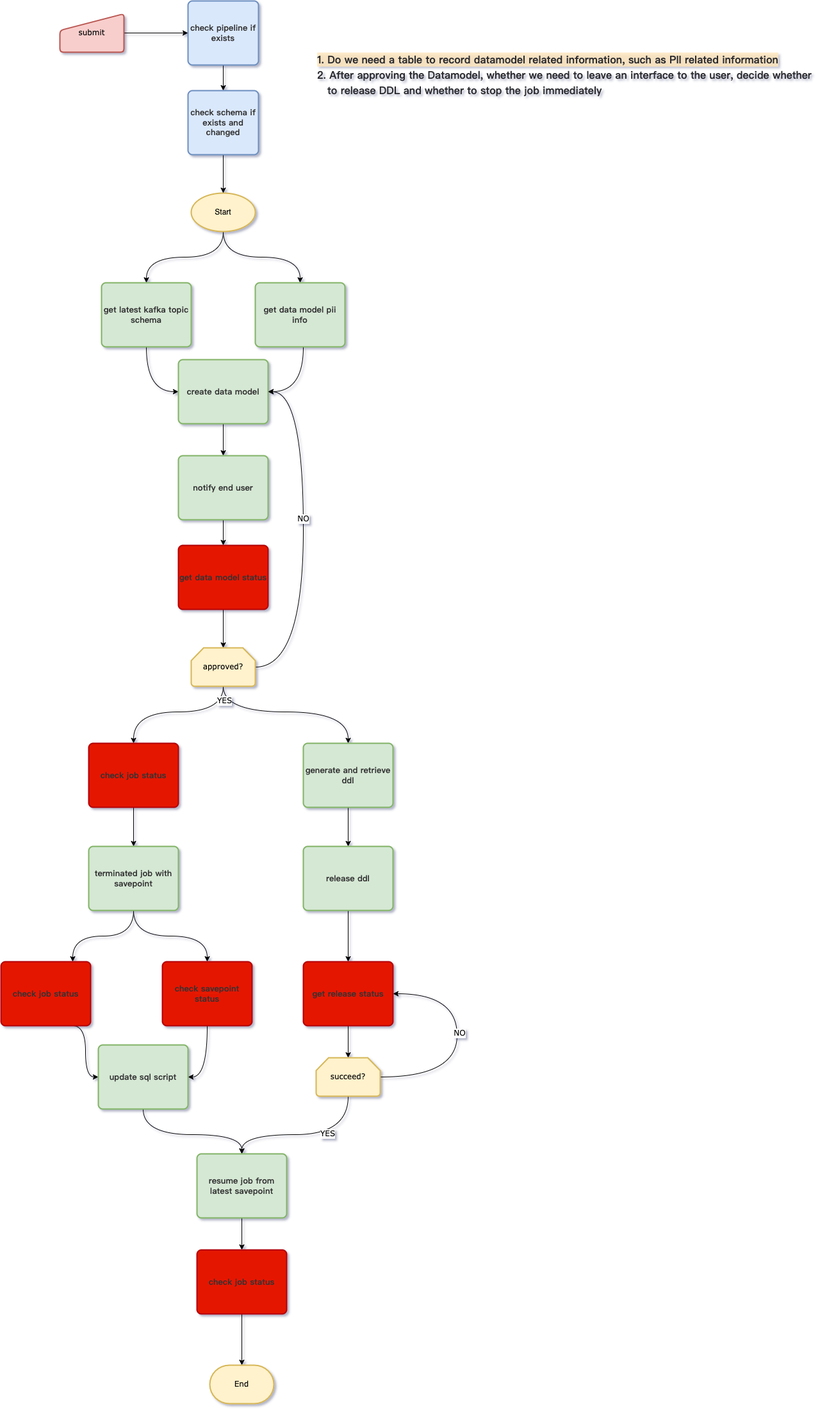
Above: streaming-automation/update_schema_workflow.drawio.png in Lakers-repo/diagram (draw.io), before the change. Source tidied: cells renumbered, new cells last; positions are measured from the earlier drawing's top-left corner, leaving out a move shared by most shapes.
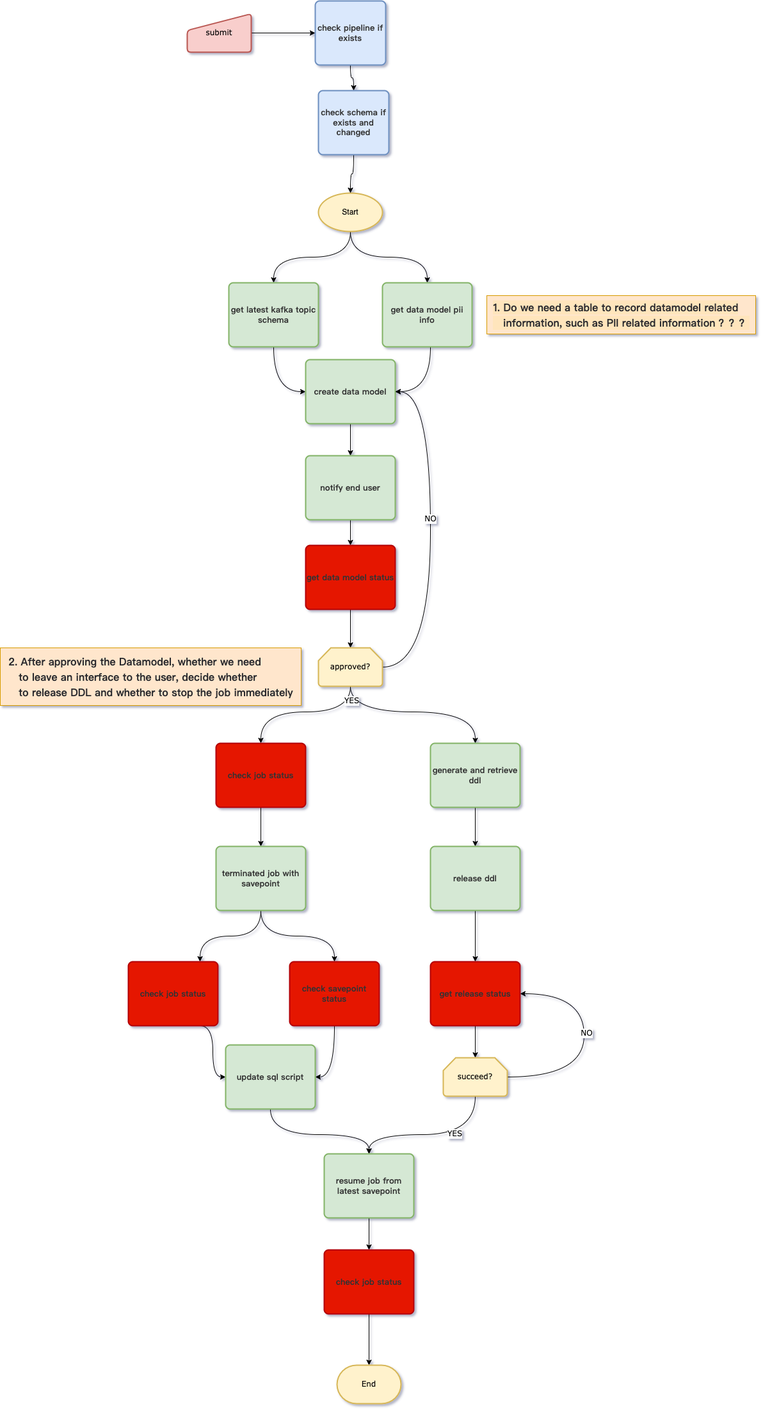
After the change.

What changed in the source:
```diff
@@ -27,7 +27,7 @@
       <mxGeometry relative="1" as="geometry" />
     </mxCell>
     <mxCell id="10" value="&lt;span style=&quot;color: rgb(50, 50, 50); font-family: 微软雅黑; font-size: 13px; font-weight: 700; background-color: rgba(255, 255, 255, 0.01);&quot;&gt;check schema if exists and changed&lt;/span&gt;&lt;span style=&quot;color: rgb(50, 50, 50); font-family: 微软雅黑; font-size: 13px; font-weight: 700; background-color: rgba(255, 255, 255, 0.01);&quot;&gt;&lt;br&gt;&lt;/span&gt;" style="whiteSpace=wrap;html=1;absoluteArcSize=1;arcSize=14;strokeWidth=2;fillColor=#dae8fc;strokeColor=#6c8ebf;rounded=1;" parent="1" vertex="1">
-      <mxGeometry x="292" y="140" width="110" height="100" as="geometry" />
+      <mxGeometry x="297" y="140" width="110" height="100" as="geometry" />
     </mxCell>
     <mxCell id="11" style="edgeStyle=orthogonalEdgeStyle;jettySize=auto;html=1;exitX=1;exitY=0.5;exitDx=0;exitDy=0;entryX=0;entryY=0.5;entryDx=0;entryDy=0;fontFamily=Verdana;curved=1;" parent="1" edge="1" source="12" target="8">
       <mxGeometry relative="1" as="geometry" />
@@ -202,8 +202,11 @@
     <mxCell id="53" value="End" style="strokeWidth=2;html=1;shape=mxgraph.flowchart.terminator;whiteSpace=wrap;fontFamily=Verdana;fillColor=#fff2cc;strokeColor=#d6b656;rounded=1;" parent="1" vertex="1">
       <mxGeometry x="326" y="2130" width="100" height="60" as="geometry" />
     </mxCell>
-    <mxCell id="54" value="&lt;div class=&quot;mind-clipboard&quot;&gt;&lt;p style=&quot;box-sizing: border-box; margin: 0px; padding: 0px; color: rgb(42, 43, 46); font-size: 16px; line-height: 24px; caret-color: rgb(42, 43, 46); font-family: &amp;quot;PingFang SC&amp;quot;, &amp;quot;Microsoft YaHei&amp;quot;, 微软雅黑, 宋体, &amp;quot;Malgun Gothic&amp;quot;, sans-serif; text-size-adjust: auto;&quot; class=&quot;tgt color_text_1 un-step-trans&quot;&gt;&lt;span style=&quot;box-sizing: border-box; background-color: rgba(255, 228, 181, 0.7); line-height: 24px; display: inline;&quot; class=&quot;tgt color_text_1 highlight&quot;&gt;&lt;b&gt;1. Do we need a table to record datamodel related information, such as PII related information&lt;br&gt;&lt;/b&gt;&lt;/span&gt;&lt;/p&gt;&lt;p style=&quot;box-sizing: border-box; margin: 0px; padding: 0px; color: rgb(42, 43, 46); font-size: 16px; line-height: 24px; caret-color: rgb(42, 43, 46); font-family: &amp;quot;PingFang SC&amp;quot;, &amp;quot;Microsoft YaHei&amp;quot;, 微软雅黑, 宋体, &amp;quot;Malgun Gothic&amp;quot;, sans-serif; text-size-adjust: auto;&quot; class=&quot;tgt color_text_1 un-step-trans&quot;&gt;&lt;span style=&quot;box-sizing: border-box; line-height: 24px; display: inline;&quot; class=&quot;tgt color_text_1&quot;&gt;&lt;b&gt;2. After approving the Datamodel, whether we need to leave an interface to the user, decide whether&amp;nbsp;&lt;/b&gt;&lt;/span&gt;&lt;/p&gt;&lt;p style=&quot;box-sizing: border-box; margin: 0px; padding: 0px; color: rgb(42, 43, 46); font-size: 16px; line-height: 24px; caret-color: rgb(42, 43, 46); font-family: &amp;quot;PingFang SC&amp;quot;, &amp;quot;Microsoft YaHei&amp;quot;, 微软雅黑, 宋体, &amp;quot;Malgun Gothic&amp;quot;, sans-serif; text-size-adjust: auto;&quot; class=&quot;tgt color_text_1 un-step-trans&quot;&gt;&lt;span style=&quot;box-sizing: border-box; line-height: 24px; display: inline;&quot; class=&quot;tgt color_text_1&quot;&gt;&lt;b&gt;&amp;nbsp; &amp;nbsp;to release DDL and whether to stop the job immediately&lt;/b&gt;&lt;/span&gt;&lt;/p&gt;&lt;/div&gt;" style="text;html=1;align=left;verticalAlign=middle;fillColor=none;strokeColor=none;rounded=0;" parent="1" vertex="1">
-      <mxGeometry x="492" y="70" width="800" height="90" as="geometry" />
-    </mxCell>
+    <mxCell id="55" value="&lt;p style=&quot;text-align: left; box-sizing: border-box; margin: 0px; padding: 0px; color: rgb(42, 43, 46); font-size: 16px; line-height: 24px; caret-color: rgb(42, 43, 46); font-family: &amp;quot;PingFang SC&amp;quot;, &amp;quot;Microsoft YaHei&amp;quot;, 微软雅黑, 宋体, &amp;quot;Malgun Gothic&amp;quot;, sans-serif; text-size-adjust: auto;&quot; class=&quot;tgt color_text_1 un-step-trans&quot;&gt;&lt;span style=&quot;box-sizing: border-box; background-color: rgba(255, 228, 181, 0.7); line-height: 24px; display: inline;&quot; class=&quot;tgt color_text_1 highlight&quot;&gt;&lt;b&gt;1. Do we need a table to record datamodel related&lt;/b&gt;&lt;/span&gt;&lt;/p&gt;&lt;p style=&quot;text-align: left; box-sizing: border-box; margin: 0px; padding: 0px; color: rgb(42, 43, 46); font-size: 16px; line-height: 24px; caret-color: rgb(42, 43, 46); font-family: &amp;quot;PingFang SC&amp;quot;, &amp;quot;Microsoft YaHei&amp;quot;, 微软雅黑, 宋体, &amp;quot;Malgun Gothic&amp;quot;, sans-serif; text-size-adjust: auto;&quot; class=&quot;tgt color_text_1 un-step-trans&quot;&gt;&lt;span style=&quot;box-sizing: border-box; background-color: rgba(255, 228, 181, 0.7); line-height: 24px; display: inline;&quot; class=&quot;tgt color_text_1 highlight&quot;&gt;&lt;b&gt;&amp;nbsp; &amp;nbsp;information, such as PII related information ？？？&lt;/b&gt;&lt;/span&gt;&lt;/p&gt;" style="text;html=1;align=center;verticalAlign=middle;fillColor=#ffe6cc;strokeColor=#d79b00;rounded=0;fillStyle=auto;" parent="1" vertex="1">
+      <mxGeometry x="560" y="460" width="420" height="60" as="geometry" />
+    </mxCell>
+    <mxCell id="56" value="&lt;p style=&quot;text-align: left; box-sizing: border-box; margin: 0px; padding: 0px; color: rgb(42, 43, 46); font-size: 16px; line-height: 24px; caret-color: rgb(42, 43, 46); font-family: &amp;quot;PingFang SC&amp;quot;, &amp;quot;Microsoft YaHei&amp;quot;, 微软雅黑, 宋体, &amp;quot;Malgun Gothic&amp;quot;, sans-serif; text-size-adjust: auto;&quot; class=&quot;tgt color_text_1 un-step-trans&quot;&gt;&lt;span style=&quot;box-sizing: border-box; line-height: 24px; display: inline;&quot; class=&quot;tgt color_text_1&quot;&gt;&lt;b&gt;2. After approving the Datamodel, whether we need&amp;nbsp;&lt;/b&gt;&lt;/span&gt;&lt;/p&gt;&lt;p style=&quot;text-align: left; box-sizing: border-box; margin: 0px; padding: 0px; color: rgb(42, 43, 46); font-size: 16px; line-height: 24px; caret-color: rgb(42, 43, 46); font-family: &amp;quot;PingFang SC&amp;quot;, &amp;quot;Microsoft YaHei&amp;quot;, 微软雅黑, 宋体, &amp;quot;Malgun Gothic&amp;quot;, sans-serif; text-size-adjust: auto;&quot; class=&quot;tgt color_text_1 un-step-trans&quot;&gt;&lt;span style=&quot;box-sizing: border-box; line-height: 24px; display: inline;&quot; class=&quot;tgt color_text_1&quot;&gt;&lt;b&gt;&amp;nbsp; &amp;nbsp;to leave an interface to the user, decide whether&amp;nbsp;&lt;/b&gt;&lt;/span&gt;&lt;/p&gt;&lt;p style=&quot;text-align: left; box-sizing: border-box; margin: 0px; padding: 0px; color: rgb(42, 43, 46); font-size: 16px; line-height: 24px; caret-color: rgb(42, 43, 46); font-family: &amp;quot;PingFang SC&amp;quot;, &amp;quot;Microsoft YaHei&amp;quot;, 微软雅黑, 宋体, &amp;quot;Malgun Gothic&amp;quot;, sans-serif; text-size-adjust: auto;&quot; class=&quot;tgt color_text_1 un-step-trans&quot;&gt;&lt;span style=&quot;box-sizing: border-box; line-height: 24px; display: inline;&quot; class=&quot;tgt color_text_1&quot;&gt;&lt;b&gt;&amp;nbsp; &amp;nbsp;to release DDL and whether to stop the job immediately&lt;/b&gt;&lt;/span&gt;&lt;/p&gt;" style="text;html=1;align=center;verticalAlign=middle;fillColor=#ffe6cc;strokeColor=#d79b00;rounded=0;" parent="1" vertex="1">
+      <mxGeometry x="-200" y="1010" width="470" height="90" as="geometry" />
+    </mxCell>
   </root>
 </mxGraphModel>
```
